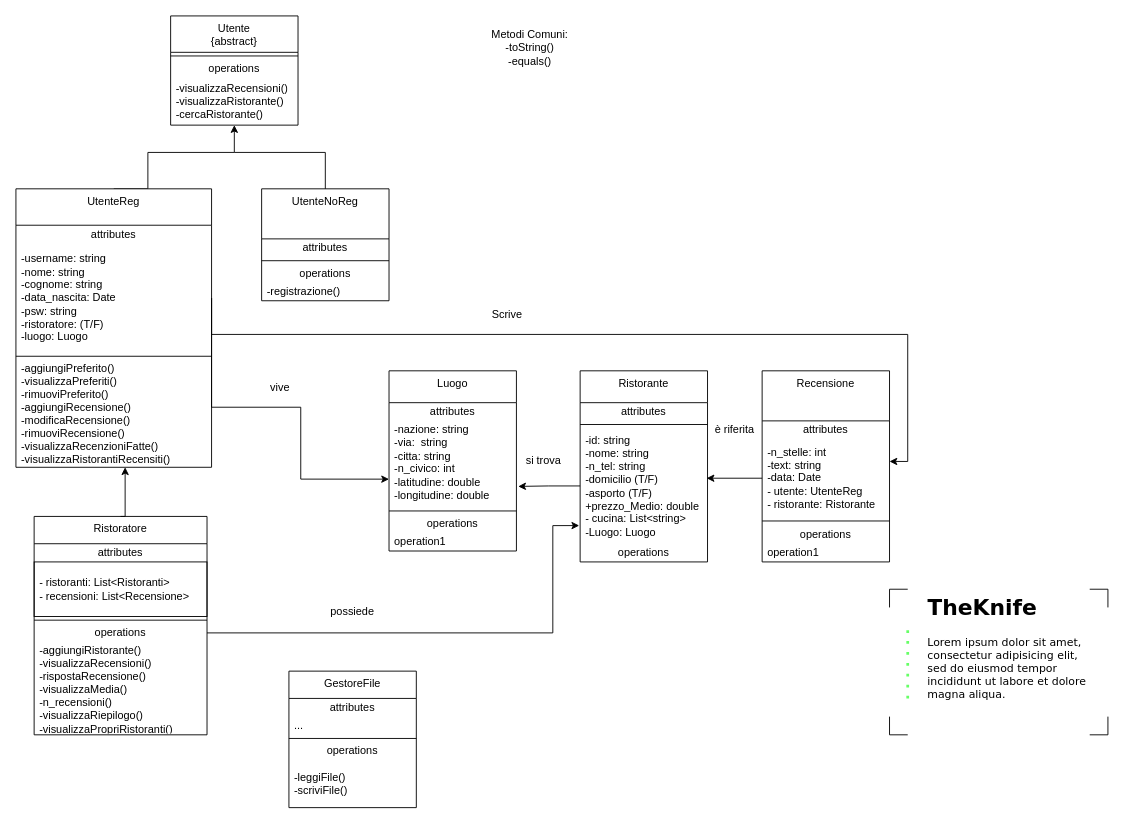
The draw.io diagram doc/UML.drawio in Tommaso-Ossuzio/TheKnife, before the edit. Source tidied: cells renumbered, new cells numbered last; positions are measured from the earlier drawing's top-left corner, leaving out a move shared by most shapes. Both pictures are drawn from the tidied source at 91%, with x=0, y=0 at pixel (15, 15).
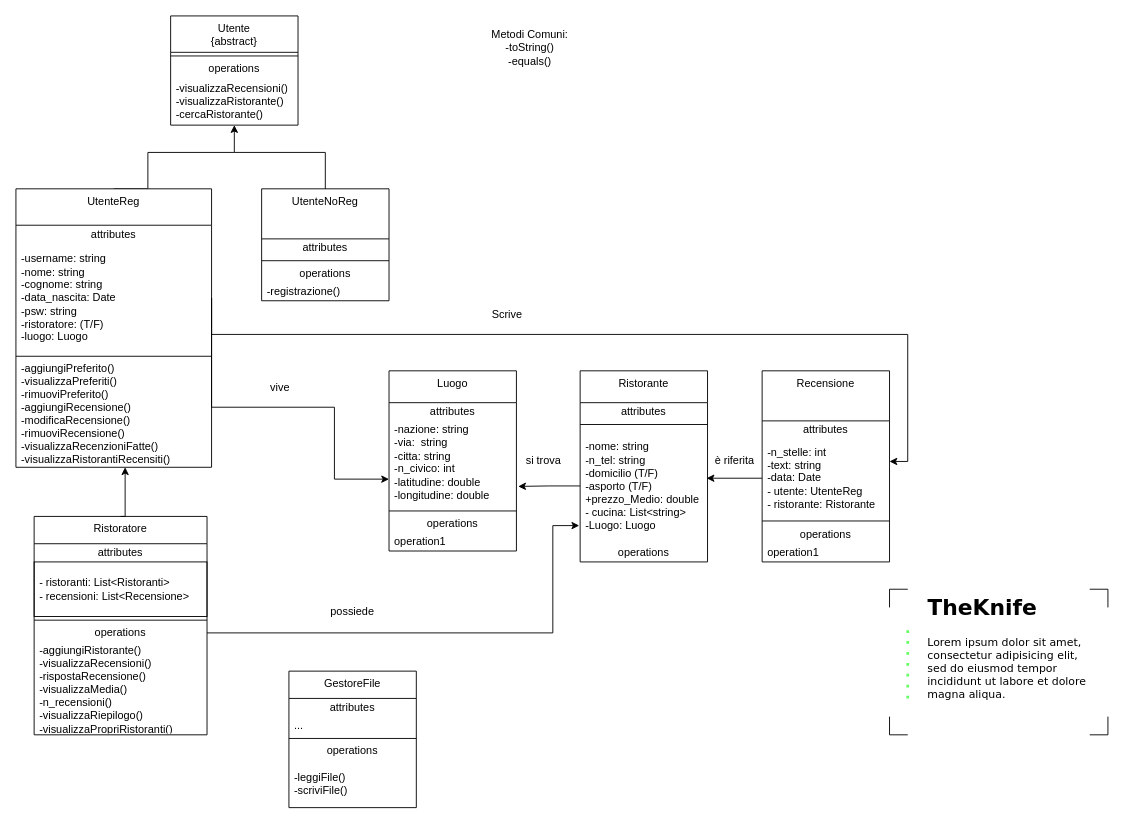
Above is the later version.

Commit message:
Aggiornamento UML

The change refers to these unchanged cells:
```xml
<mxCell id="9" value="Ristorante" style="swimlane;fontStyle=0;align=center;verticalAlign=top;horizontal=1;startSize=35;html=1;whiteSpace=wrap;" parent="1" vertex="1">
  <mxGeometry x="620" y="390" width="140" height="210" as="geometry" />
</mxCell>
<mxCell id="16" value="-nazione: string&lt;div&gt;-via:&amp;nbsp; string&lt;/div&gt;&lt;div&gt;-citta: string&lt;/div&gt;&lt;div&gt;-n_civico: int&lt;/div&gt;&lt;div&gt;&lt;div&gt;-latitudine: double&lt;/div&gt;&lt;div&gt;-longitudine: double&lt;/div&gt;&lt;/div&gt;&lt;div&gt;&lt;br&gt;&lt;/div&gt;" style="text;html=1;strokeColor=none;fillColor=none;align=left;verticalAlign=middle;spacingLeft=4;spacingRight=4;overflow=hidden;points=[[0,0.5],[1,0.5]];portConstraint=eastwest;whiteSpace=wrap;" parent="14" vertex="1">
  <mxGeometry y="55" width="140" height="95" as="geometry" />
</mxCell>
<mxCell id="33" value="&lt;div&gt;&lt;span style=&quot;color: light-dark(rgb(0, 0, 0), rgb(255, 255, 255)); background-color: transparent;&quot;&gt;-username: string&lt;/span&gt;&lt;/div&gt;&lt;div&gt;&lt;span style=&quot;color: light-dark(rgb(0, 0, 0), rgb(255, 255, 255)); background-color: transparent;&quot;&gt;-nome: string&lt;/span&gt;&lt;/div&gt;&lt;div style=&quot;&quot;&gt;&lt;font style=&quot;color: light-dark(rgb(0, 0, 0), rgb(255, 255, 255));&quot;&gt;-cognome: string&lt;/font&gt;&lt;/div&gt;&lt;div style=&quot;&quot;&gt;&lt;font style=&quot;color: light-dark(rgb(0, 0, 0), rgb(255, 255, 255));&quot;&gt;-data_nascita: Date&lt;/font&gt;&lt;/div&gt;&lt;div style=&quot;&quot;&gt;&lt;font style=&quot;color: light-dark(rgb(0, 0, 0), rgb(255, 255, 255));&quot;&gt;-psw: string&lt;/font&gt;&lt;/div&gt;&lt;div style=&quot;&quot;&gt;&lt;font style=&quot;color: light-dark(rgb(0, 0, 0), rgb(255, 255, 255));&quot;&gt;-ristoratore: (T/F)&lt;/font&gt;&lt;/div&gt;&lt;div style=&quot;&quot;&gt;&lt;font style=&quot;&quot;&gt;-luogo: Luogo&lt;font color=&quot;#7f7f7f&quot;&gt;&amp;nbsp;&lt;/font&gt;&lt;/font&gt;&lt;/div&gt;" style="text;html=1;strokeColor=none;fillColor=none;align=left;verticalAlign=middle;spacingLeft=4;spacingRight=4;overflow=hidden;points=[[0,0.5],[1,0.5]];portConstraint=eastwest;whiteSpace=wrap;" parent="31" vertex="1">
  <mxGeometry y="60" width="215" height="120" as="geometry" />
</mxCell>
```

Diff of the diagram source:
```diff
@@
-    <mxCell id="12" value="-id: string&lt;div&gt;&lt;span style=&quot;background-color: transparent; color: light-dark(rgb(0, 0, 0), rgb(255, 255, 255));&quot;&gt;-nome: string&lt;/span&gt;&lt;div&gt;-n_tel: string&lt;/div&gt;&lt;div&gt;-domicilio (T/F)&lt;/div&gt;&lt;div&gt;&lt;span style=&quot;background-color: transparent; color: light-dark(rgb(0, 0, 0), rgb(255, 255, 255));&quot;&gt;-asporto&amp;nbsp;&lt;/span&gt;&lt;span style=&quot;background-color: transparent; color: light-dark(rgb(0, 0, 0), rgb(255, 255, 255));&quot;&gt;(T/F)&lt;/span&gt;&lt;/div&gt;&lt;div&gt;+prezzo_Medio: double&lt;/div&gt;&lt;/div&gt;&lt;div&gt;- cucina: List&amp;lt;string&amp;gt;&lt;/div&gt;&lt;div&gt;-Luogo: Luogo&lt;/div&gt;" style="text;html=1;strokeColor=none;fillColor=none;align=left;verticalAlign=middle;spacingLeft=4;spacingRight=4;overflow=hidden;points=[[0,0.5],[1,0.5]];portConstraint=eastwest;whiteSpace=wrap;" parent="9" vertex="1">
+    <mxCell id="12" value="&lt;span style=&quot;background-color: transparent;&quot;&gt;-nome: string&lt;/span&gt;&lt;br&gt;&lt;div&gt;&lt;div&gt;-n_tel: string&lt;/div&gt;&lt;div&gt;-domicilio (T/F)&lt;/div&gt;&lt;div&gt;&lt;span style=&quot;background-color: transparent; color: light-dark(rgb(0, 0, 0), rgb(255, 255, 255));&quot;&gt;-asporto&amp;nbsp;&lt;/span&gt;&lt;span style=&quot;background-color: transparent; color: light-dark(rgb(0, 0, 0), rgb(255, 255, 255));&quot;&gt;(T/F)&lt;/span&gt;&lt;/div&gt;&lt;div&gt;+prezzo_Medio: double&lt;/div&gt;&lt;/div&gt;&lt;div&gt;- cucina: List&amp;lt;string&amp;gt;&lt;/div&gt;&lt;div&gt;-Luogo: Luogo&lt;/div&gt;" style="text;html=1;strokeColor=none;fillColor=none;align=left;verticalAlign=middle;spacingLeft=4;spacingRight=4;overflow=hidden;points=[[0,0.5],[1,0.5]];portConstraint=eastwest;whiteSpace=wrap;" parent="9" vertex="1">
       <mxGeometry y="63" width="140" height="127" as="geometry" />
     </mxCell>
@@
     <mxCell id="48" style="edgeStyle=orthogonalEdgeStyle;rounded=0;jettySize=auto;html=1;exitX=1;exitY=0.5;exitDx=0;exitDy=0;entryX=0;entryY=0.674;entryDx=0;entryDy=0;entryPerimeter=0;" parent="1" edge="1" source="33" target="16">
       <mxGeometry relative="1" as="geometry">
         <Array as="points">
           <mxPoint x="215" y="430" />
-          <mxPoint x="313" y="430" />
-          <mxPoint x="313" y="509" />
+          <mxPoint x="350" y="430" />
+          <mxPoint x="350" y="509" />
         </Array>
       </mxGeometry>
     </mxCell>
@@
     <mxCell id="56" value="è riferita" style="text;html=1;align=center;verticalAlign=middle;whiteSpace=wrap;rounded=0;" parent="1" vertex="1">
-      <mxGeometry x="760" y="440" width="60" height="30" as="geometry" />
+      <mxGeometry x="760" y="474" width="60" height="30" as="geometry" />
     </mxCell>
```
